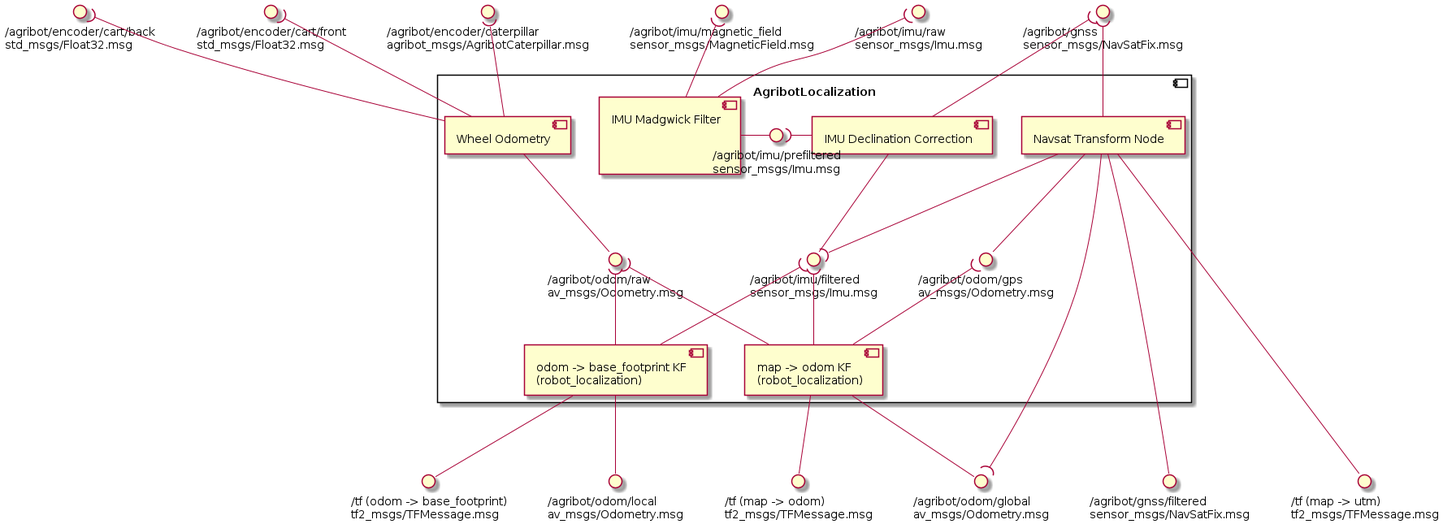
This is doc/component_diagram/component_diagram.png from agribot-2-0/agribot_localization, a PlantUML export, as it was before one commit.
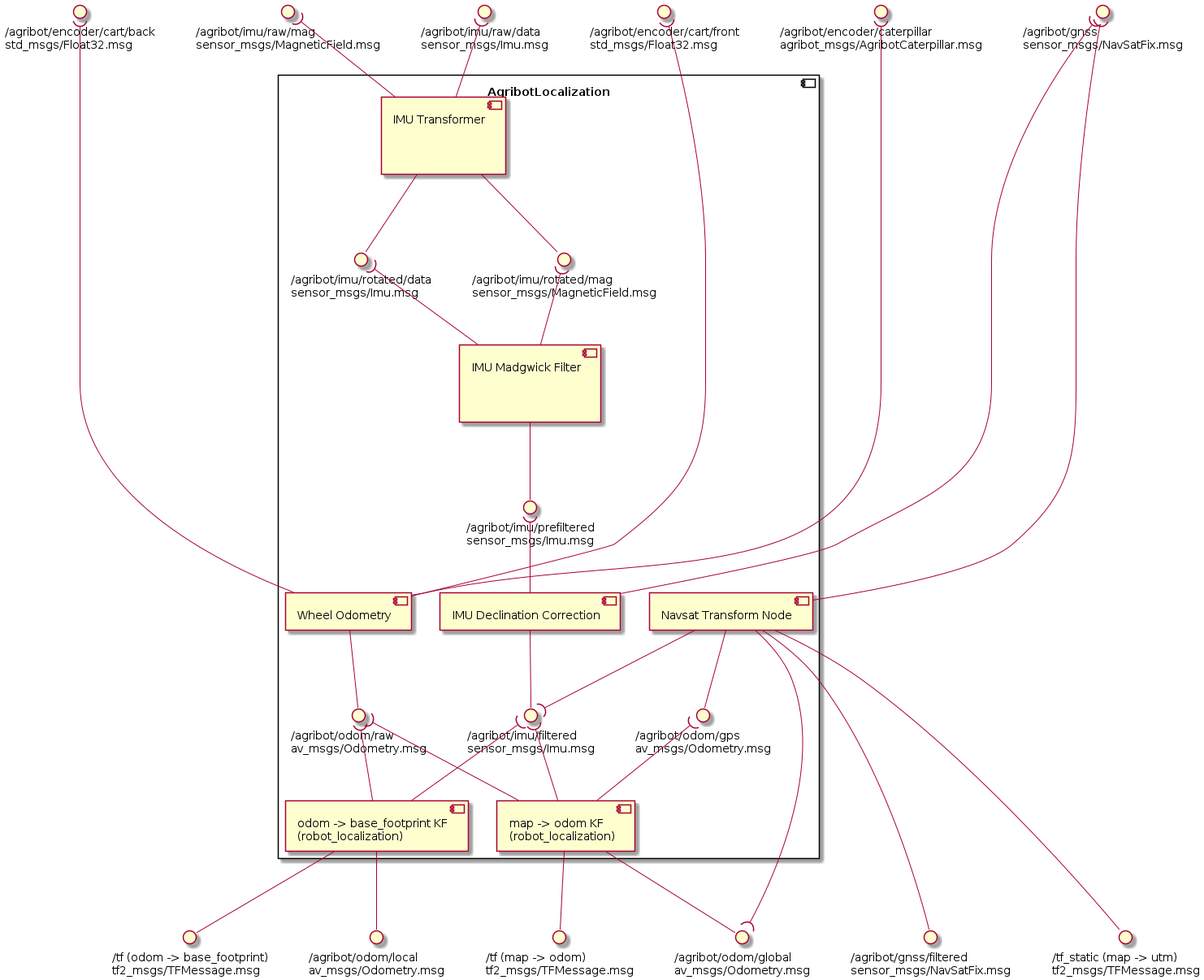
The same diagram one commit later.

Commit message:
Update component_diagram after introduction of imu_transformer node

Change to the diagram source:
```diff
@@ -1,22 +1,23 @@
 @startuml agribot_localization
 
-interface "/agribot/imu/raw\nsensor_msgs/Imu.msg" as imu_raw
-interface "/agribot/imu/magnetic_field\nsensor_msgs/MagneticField.msg" as magnetic_field
+interface "/agribot/imu/raw/data\nsensor_msgs/Imu.msg" as imu_raw
+interface "/agribot/imu/raw/mag\nsensor_msgs/MagneticField.msg" as mag_raw
 interface "/agribot/encoder/caterpillar\nagribot_msgs/AgribotCaterpillar.msg" as encoder_caterpillar
 interface "/agribot/encoder/cart/front\nstd_msgs/Float32.msg" as encoder_cart_front
 interface "/agribot/encoder/cart/back\nstd_msgs/Float32.msg" as encoder_cart_back
 interface "/agribot/gnss\nsensor_msgs/NavSatFix.msg" as gnss
 
-interface "/agribot/gnss/filtered\nsensor_msgs/NavSatFix.msg" as gnss_global
+interface "/agribot/gnss/filtered\nsensor_msgs/NavSatFix.msg" as gnss_filtered
 interface "/agribot/odom/global\nav_msgs/Odometry.msg" as odom_global
 interface "/tf (odom -> base_footprint)\ntf2_msgs/TFMessage.msg" as odom_base_tf
 interface "/agribot/odom/local\nav_msgs/Odometry.msg" as odom_local
 interface "/tf (map -> odom)\ntf2_msgs/TFMessage.msg" as map_odom_tf
-interface "/tf (map -> utm)\ntf2_msgs/TFMessage.msg" as map_utm_tf
+interface "/tf_static (map -> utm)\ntf2_msgs/TFMessage.msg" as map_utm_tf
 
 
 component AgribotLocalization {
 
+  [IMU Transformer\n\n\n] as Transformer
   [IMU Madgwick Filter\n\n\n] as Madgwick
   [IMU Declination Correction] as Declination
   [Wheel Odometry] as WheelOdometry
@@ -24,21 +25,28 @@
   [odom -> base_footprint KF\n(robot_localization)] as LocalKf
   [map -> odom KF\n(robot_localization)] as GlobalKf
 
+  interface "/agribot/imu/rotated/data\nsensor_msgs/Imu.msg" as imu_rotated
+  interface "/agribot/imu/rotated/mag\nsensor_msgs/MagneticField.msg" as mag_rotated
   interface "/agribot/imu/prefiltered\nsensor_msgs/Imu.msg" as imu_prefiltered
   interface "/agribot/imu/filtered\nsensor_msgs/Imu.msg" as imu_filtered
   interface "/agribot/odom/raw\nav_msgs/Odometry.msg" as odom_raw
   interface "/agribot/odom/gps\nav_msgs/Odometry.msg" as odom_gps
 
-  Madgwick - imu_prefiltered
+  Transformer -- mag_rotated
+  Transformer -- imu_rotated
 
-  imu_prefiltered )- Declination
-  Declination -up-( gnss
+  imu_rotated )-- Madgwick
+  mag_rotated )-- Madgwick
+  Madgwick -- imu_prefiltered
+
+  imu_prefiltered )-- Declination
+  Declination -up-----( gnss
   Declination -- imu_filtered
 
   WheelOdometry -- odom_raw
 
   NavsatTransform --( imu_filtered
-  NavsatTransform --( gnss
+  NavsatTransform -up-----( gnss
   NavsatTransform --( odom_global
   NavsatTransform -- odom_gps
 
@@ -51,15 +59,15 @@
 
 }
 
-Madgwick -up-( imu_raw
-Madgwick -up-( magnetic_field
+Transformer -up-( imu_raw
+Transformer -up-( mag_raw
 
-WheelOdometry -up-( encoder_caterpillar
-WheelOdometry -up-( encoder_cart_front
-WheelOdometry -up-( encoder_cart_back
+WheelOdometry -up-----( encoder_caterpillar
+WheelOdometry -up-----( encoder_cart_front
+WheelOdometry -up-----( encoder_cart_back
 
 NavsatTransform --down-- map_utm_tf
-NavsatTransform --down-- gnss_global
+NavsatTransform --down-- gnss_filtered
 
 LocalKf -down- odom_base_tf
 LocalKf -down- odom_local
```
